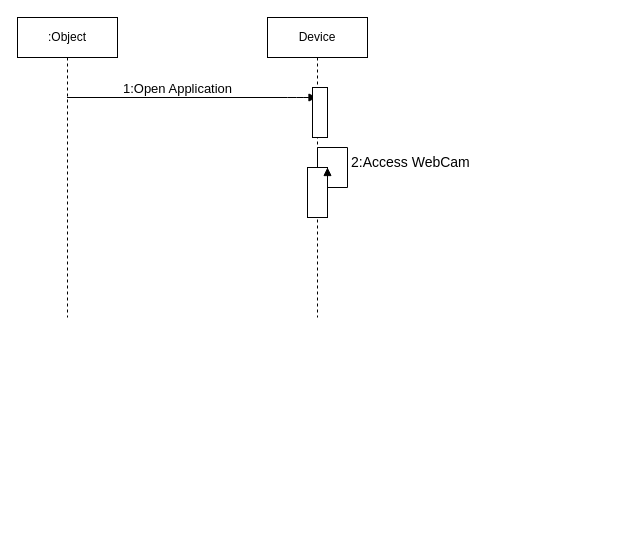
This is Diagrams/Sequence Dig.drawio from atharvagangrade10/Draw.io, a draw.io file, before an edit. Source tidied: cells renumbered, new cells numbered last; positions are measured from the earlier drawing's top-left corner, leaving out a move shared by most shapes. Both pictures are drawn from the tidied source at 100%, with x=0, y=0 at pixel (17, 17).
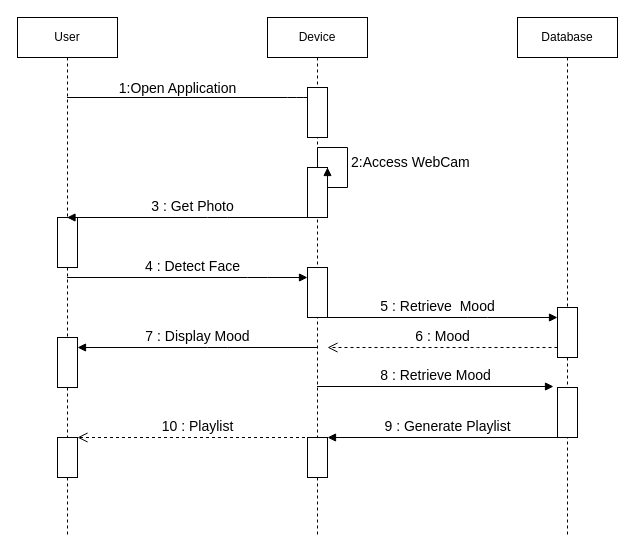
After the change.

Unchanged cells that the change refers to:
```xml
<mxCell id="2" style="html=1;verticalAlign=bottom;labelBackgroundColor=none;endArrow=block;endFill=1;" parent="1" edge="1" source="8" target="4">
  <mxGeometry relative="1" as="geometry">
    <Array as="points">
      <mxPoint x="280" y="80" />
    </Array>
  </mxGeometry>
</mxCell>
```

Diff of the diagram source:
```diff
@@
-    <mxCell id="3" value="&lt;font style=&quot;font-size: 13px&quot;&gt;1:Open Application&lt;/font&gt;" style="edgeLabel;html=1;align=center;verticalAlign=middle;" parent="2" vertex="1">
+    <mxCell id="3" value="&lt;font style=&quot;font-size: 14px&quot;&gt;1:Open Application&lt;/font&gt;" style="edgeLabel;html=1;align=center;verticalAlign=middle;" parent="2" vertex="1">
       <mxGeometry x="-0.28" y="1" relative="1" as="geometry">
         <mxPoint x="20" y="-9" as="offset" />
       </mxGeometry>
     </mxCell>
     <mxCell id="4" value="Device" style="shape=umlLifeline;perimeter=lifelinePerimeter;whiteSpace=wrap;html=1;outlineConnect=0;" parent="1" vertex="1">
-      <mxGeometry x="250" width="100" height="300" as="geometry" />
+      <mxGeometry x="250" width="100" height="520" as="geometry" />
     </mxCell>
     <mxCell id="5" style="html=1;perimeter=orthogonalPerimeter;" parent="4" vertex="1">
-      <mxGeometry x="45" y="70" width="15" height="50" as="geometry" />
+      <mxGeometry x="40" y="70" width="20" height="50" as="geometry" />
     </mxCell>
@@
+    <mxCell id="9" style="html=1;perimeter=orthogonalPerimeter;" parent="4" vertex="1">
+      <mxGeometry x="40" y="250" width="20" height="50" as="geometry" />
+    </mxCell>
+    <mxCell id="10" style="html=1;perimeter=orthogonalPerimeter;" parent="4" vertex="1">
+      <mxGeometry x="40" y="420" width="20" height="40" as="geometry" />
+    </mxCell>
-    <mxCell id="8" value=":Object" style="shape=umlLifeline;perimeter=lifelinePerimeter;whiteSpace=wrap;html=1;outlineConnect=0;" parent="1" vertex="1">
-      <mxGeometry width="100" height="300" as="geometry" />
+    <mxCell id="8" value="User" style="shape=umlLifeline;perimeter=lifelinePerimeter;whiteSpace=wrap;html=1;outlineConnect=0;" parent="1" vertex="1">
+      <mxGeometry width="100" height="520" as="geometry" />
     </mxCell>
+    <mxCell id="11" style="html=1;perimeter=orthogonalPerimeter;" parent="8" vertex="1">
+      <mxGeometry x="40" y="200" width="20" height="50" as="geometry" />
+    </mxCell>
+    <mxCell id="12" style="html=1;perimeter=orthogonalPerimeter;" parent="8" vertex="1">
+      <mxGeometry x="40" y="320" width="20" height="50" as="geometry" />
+    </mxCell>
+    <mxCell id="13" style="html=1;perimeter=orthogonalPerimeter;" parent="8" vertex="1">
+      <mxGeometry x="40" y="420" width="20" height="40" as="geometry" />
+    </mxCell>
+    <mxCell id="14" value="&lt;font style=&quot;font-size: 14px&quot;&gt;3 : Get Photo&lt;/font&gt;" style="html=1;verticalAlign=bottom;endArrow=block;" parent="1" edge="1" source="4" target="8">
+      <mxGeometry relative="1" as="geometry">
+        <Array as="points">
+          <mxPoint x="200" y="200" />
+        </Array>
+      </mxGeometry>
+    </mxCell>
+    <mxCell id="15" value="&lt;font style=&quot;font-size: 14px&quot;&gt;4 : Detect Face&lt;/font&gt;" style="html=1;verticalAlign=bottom;endArrow=block;" parent="1" edge="1" source="8">
+      <mxGeometry x="0.04" relative="1" as="geometry">
+        <mxPoint x="290" y="260" as="targetPoint" />
+        <Array as="points">
+          <mxPoint x="240" y="260" />
+        </Array>
+      </mxGeometry>
+    </mxCell>
+    <mxCell id="16" value="Database" style="shape=umlLifeline;perimeter=lifelinePerimeter;whiteSpace=wrap;html=1;outlineConnect=0;" parent="1" vertex="1">
+      <mxGeometry x="500" width="100" height="520" as="geometry" />
+    </mxCell>
+    <mxCell id="17" style="html=1;perimeter=orthogonalPerimeter;" parent="16" vertex="1">
+      <mxGeometry x="40" y="290" width="20" height="50" as="geometry" />
+    </mxCell>
+    <mxCell id="18" style="html=1;points=[];perimeter=orthogonalPerimeter;" parent="16" vertex="1">
+      <mxGeometry x="40" y="370" width="20" height="50" as="geometry" />
+    </mxCell>
+    <mxCell id="19" value="&lt;font style=&quot;font-size: 14px&quot;&gt;5 : Retrieve&amp;nbsp; Mood&lt;/font&gt;" style="html=1;verticalAlign=bottom;endArrow=block;" parent="1" edge="1" source="4">
+      <mxGeometry relative="1" as="geometry">
+        <mxPoint x="540" y="300" as="targetPoint" />
+        <Array as="points">
+          <mxPoint x="460" y="300" />
+        </Array>
+      </mxGeometry>
+    </mxCell>
+    <mxCell id="20" value="&lt;font style=&quot;font-size: 14px&quot;&gt;6 : Mood&lt;/font&gt;" style="html=1;verticalAlign=bottom;endArrow=open;dashed=1;endSize=8;" parent="1" edge="1">
+      <mxGeometry relative="1" as="geometry">
+        <mxPoint x="540" y="330" as="sourcePoint" />
+        <mxPoint x="310" y="330" as="targetPoint" />
+        <Array as="points">
+          <mxPoint x="470" y="330" />
+          <mxPoint x="360" y="330" />
+        </Array>
+      </mxGeometry>
+    </mxCell>
+    <mxCell id="21" value="&lt;font style=&quot;font-size: 14px&quot;&gt;7 : Display Mood&lt;/font&gt;" style="html=1;verticalAlign=bottom;endArrow=block;" parent="1" edge="1" source="4">
+      <mxGeometry relative="1" as="geometry">
+        <mxPoint x="60" y="330" as="targetPoint" />
+        <Array as="points">
+          <mxPoint x="200" y="330" />
+        </Array>
+      </mxGeometry>
+    </mxCell>
+    <mxCell id="22" value="&lt;font style=&quot;font-size: 14px&quot;&gt;8 : Retrieve Mood&lt;/font&gt;" style="html=1;verticalAlign=bottom;endArrow=block;entryX=-0.2;entryY=-0.02;entryDx=0;entryDy=0;entryPerimeter=0;" parent="1" edge="1" source="4" target="18">
+      <mxGeometry relative="1" as="geometry" />
+    </mxCell>
+    <mxCell id="23" value="&lt;span style=&quot;font-size: 14px&quot;&gt;9 :&amp;nbsp;Generate Playlist&lt;/span&gt;" style="html=1;verticalAlign=bottom;endArrow=block;" parent="1" edge="1" source="16">
+      <mxGeometry relative="1" as="geometry">
+        <mxPoint x="310" y="420" as="targetPoint" />
+      </mxGeometry>
+    </mxCell>
+    <mxCell id="24" value="&lt;font style=&quot;font-size: 14px&quot;&gt;10 : Playlist&lt;/font&gt;" style="html=1;verticalAlign=bottom;endArrow=open;dashed=1;endSize=8;" parent="1" edge="1" source="4">
+      <mxGeometry relative="1" as="geometry">
+        <mxPoint x="60" y="420" as="targetPoint" />
+        <Array as="points">
+          <mxPoint x="250" y="420" />
+        </Array>
+      </mxGeometry>
+    </mxCell>
```
